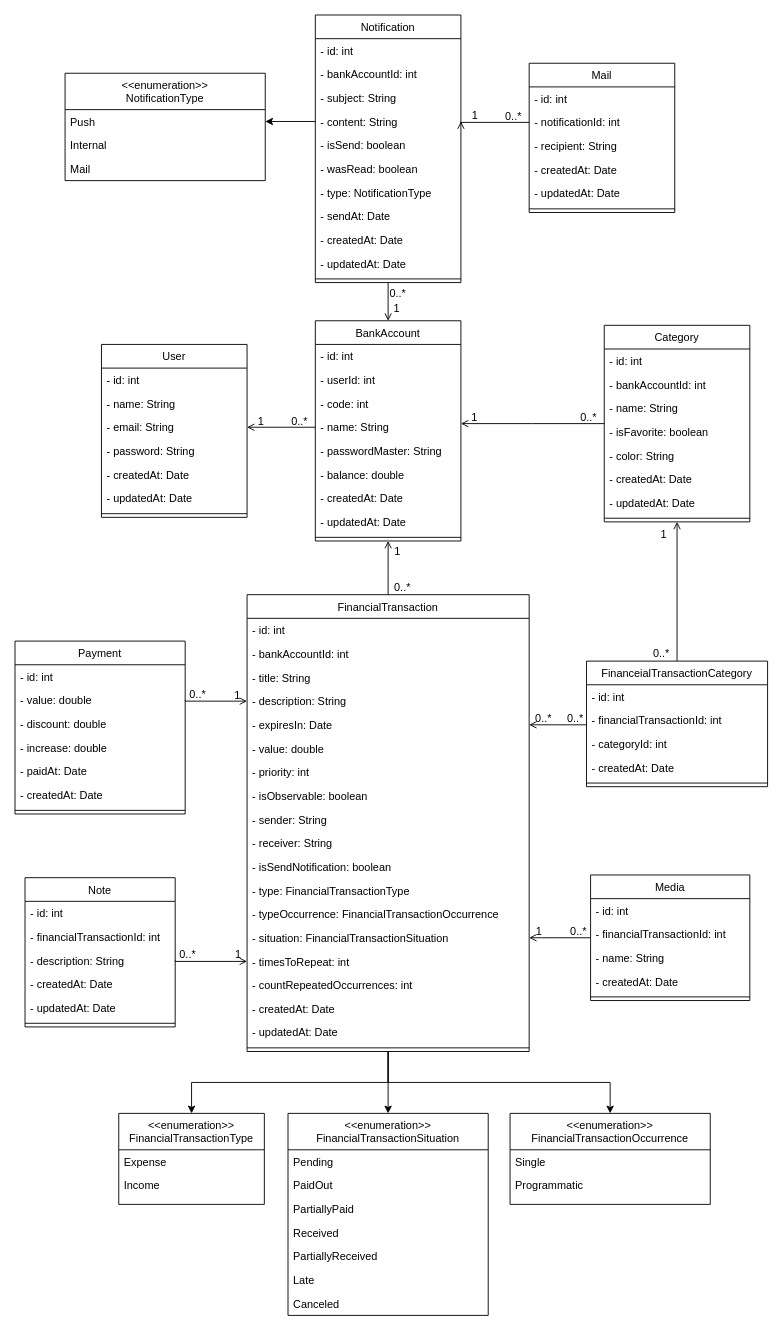
Before: docs/class.diagram.drawio in Danrley-Ruan-Saquetti/esliph-finance, a draw.io diagram. Source tidied: cells renumbered, new cells numbered last; positions are measured from the earlier drawing's top-left corner, leaving out a move shared by most shapes. Both pictures are drawn from the tidied source at 91%, with x=0, y=0 at pixel (15, 15).
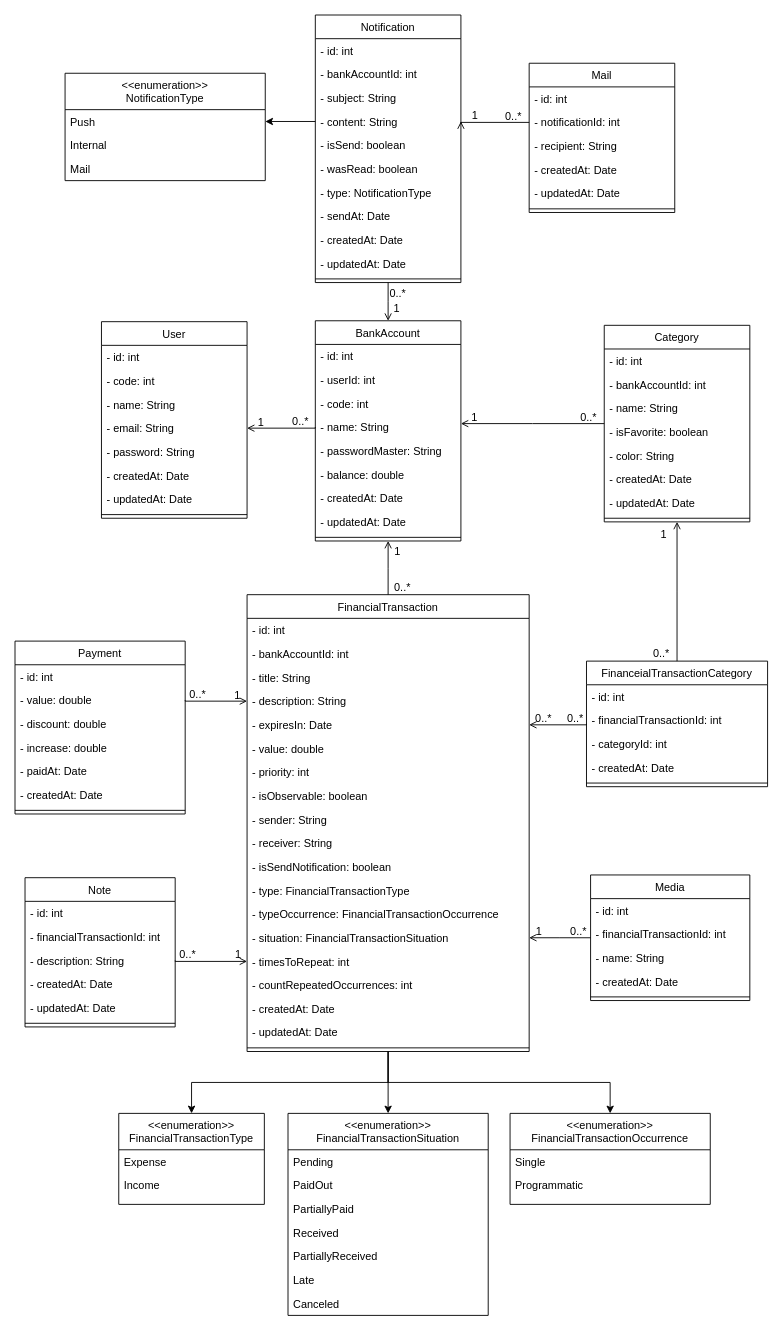
Above is the later version.

Unchanged cells that the change refers to:
```xml
<mxCell id="138" style="endArrow=open;shadow=0;strokeWidth=1;rounded=0;endFill=1;edgeStyle=elbowEdgeStyle;elbow=vertical;exitX=0;exitY=0.5;exitDx=0;exitDy=0;entryX=1;entryY=0.5;entryDx=0;entryDy=0;" parent="1" edge="1" source="6" target="133">
  <mxGeometry x="0.5" y="41" relative="1" as="geometry">
    <mxPoint x="-40" y="32" as="offset" />
  </mxGeometry>
</mxCell>
```

Change to the diagram source:
```diff
@@
     <mxCell id="130" value="User" style="swimlane;fontStyle=0;align=center;verticalAlign=top;horizontal=1;startSize=26;rounded=0;shadow=0;strokeWidth=1;" parent="1" vertex="1">
-      <mxGeometry x="95" y="362" width="160" height="190" as="geometry" />
+      <mxGeometry x="95" y="337" width="160" height="216" as="geometry" />
     </mxCell>
@@
+    <mxCell id="147" value="- code: int" style="text;align=left;verticalAlign=top;spacingLeft=4;spacingRight=4;overflow=hidden;" parent="130" vertex="1">
+      <mxGeometry y="52" width="160" height="26" as="geometry" />
+    </mxCell>
     <mxCell id="132" value="- name: String    " style="text;align=left;verticalAlign=top;spacingLeft=4;spacingRight=4;overflow=hidden;" parent="130" vertex="1">
-      <mxGeometry y="52" width="160" height="26" as="geometry" />
+      <mxGeometry y="78" width="160" height="26" as="geometry" />
     </mxCell>
     <mxCell id="133" value="- email: String" style="text;align=left;verticalAlign=top;spacingLeft=4;spacingRight=4;overflow=hidden;points=[[0,0.5],[1,0.5]];portConstraint=eastwest;rounded=0;shadow=0;html=0;" parent="130" vertex="1">
-      <mxGeometry y="78" width="160" height="26" as="geometry" />
+      <mxGeometry y="104" width="160" height="26" as="geometry" />
     </mxCell>
     <mxCell id="134" value="- password: String" style="text;align=left;verticalAlign=top;spacingLeft=4;spacingRight=4;overflow=hidden;rounded=0;shadow=0;html=0;" parent="130" vertex="1">
-      <mxGeometry y="104" width="160" height="26" as="geometry" />
+      <mxGeometry y="130" width="160" height="26" as="geometry" />
     </mxCell>
     <mxCell id="135" value="- createdAt: Date" style="text;align=left;verticalAlign=top;spacingLeft=4;spacingRight=4;overflow=hidden;rounded=0;shadow=0;html=0;" parent="130" vertex="1">
-      <mxGeometry y="130" width="160" height="26" as="geometry" />
+      <mxGeometry y="156" width="160" height="26" as="geometry" />
     </mxCell>
     <mxCell id="136" value="- updatedAt: Date" style="text;align=left;verticalAlign=top;spacingLeft=4;spacingRight=4;overflow=hidden;rounded=0;shadow=0;html=0;" parent="130" vertex="1">
-      <mxGeometry y="156" width="160" height="26" as="geometry" />
+      <mxGeometry y="182" width="160" height="26" as="geometry" />
     </mxCell>
     <mxCell id="137" style="line;html=1;strokeWidth=1;align=left;verticalAlign=middle;spacingTop=-1;spacingLeft=3;spacingRight=3;labelPosition=right;" parent="130" vertex="1">
-      <mxGeometry y="182" width="160" height="8" as="geometry" />
+      <mxGeometry y="208" width="160" height="8" as="geometry" />
     </mxCell>
@@
     <mxCell id="139" value="0..*" style="align=left;verticalAlign=bottom;labelBackgroundColor=none;fontSize=12;" parent="138" vertex="1">
       <mxGeometry x="-1" relative="1" as="geometry">
-        <mxPoint x="-28" y="2" as="offset" />
+        <mxPoint x="-27" y="2" as="offset" />
       </mxGeometry>
     </mxCell>
```
